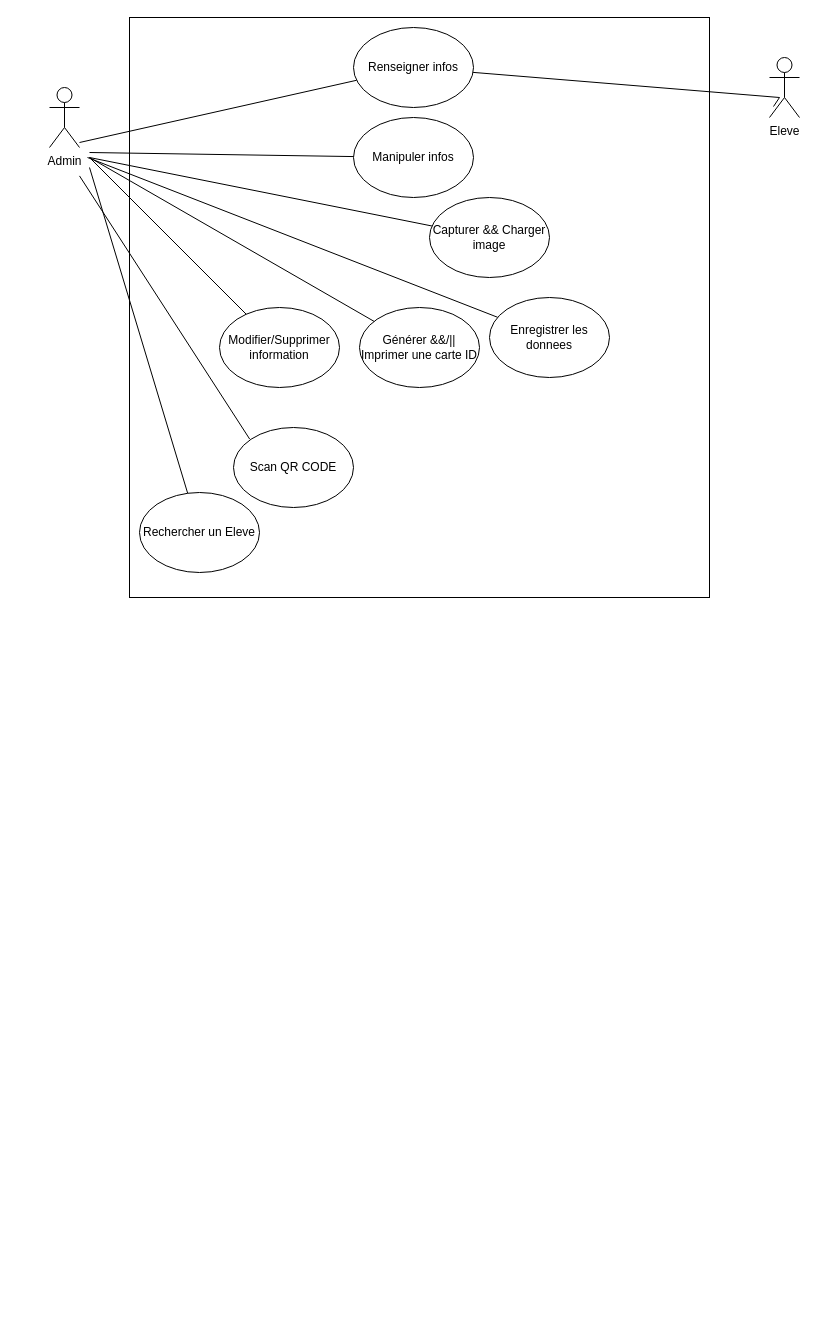
Earlier version of the draw.io diagram Diagramme sans nom.drawio (djibzo/gitgit). Source tidied: cells renumbered, new cells numbered last; positions are measured from the earlier drawing's top-left corner, leaving out a move shared by most shapes. Both pictures are drawn from the tidied source at 100%, with x=0, y=0 at pixel (49, 17).
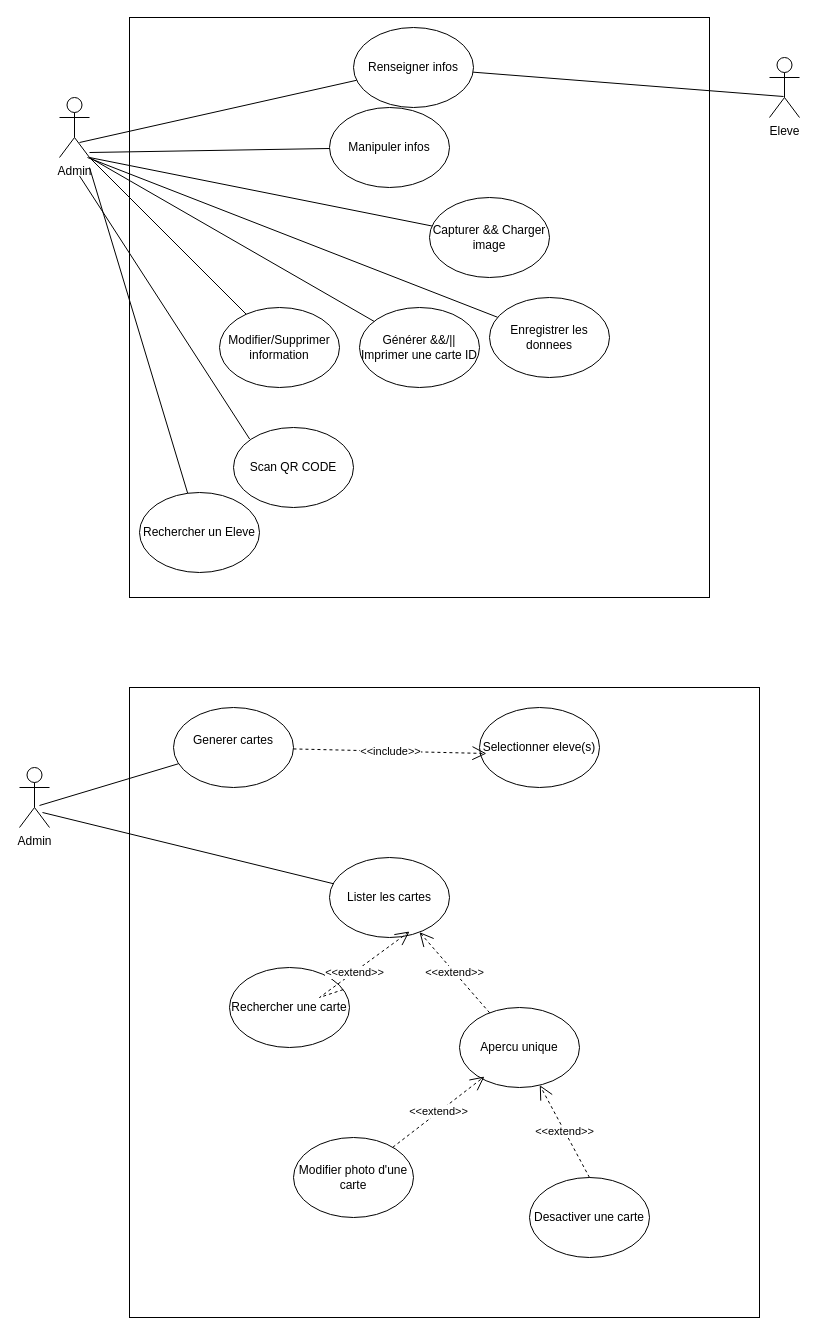
After the change.

Commit message:
Mettre à jour Diagramme sans nom.drawio

Unchanged cells that the change refers to:
```xml
<mxCell id="4" value="Eleve" style="shape=umlActor;verticalLabelPosition=bottom;verticalAlign=top;html=1;" parent="1" vertex="1">
  <mxGeometry x="720" y="40" width="30" height="60" as="geometry" />
</mxCell>
<mxCell id="5" value="Renseigner infos" style="ellipse;whiteSpace=wrap;html=1;" parent="1" vertex="1">
  <mxGeometry x="304" y="10" width="120" height="80" as="geometry" />
</mxCell>
```

What changed in the source:
```diff
@@
     <mxCell id="3" value="Admin" style="shape=umlActor;verticalLabelPosition=bottom;verticalAlign=top;html=1;" parent="1" vertex="1">
-      <mxGeometry y="70" width="30" height="60" as="geometry" />
+      <mxGeometry x="-30" y="750" width="30" height="60" as="geometry" />
     </mxCell>
@@
     <mxCell id="7" value="Manipuler infos" style="ellipse;whiteSpace=wrap;html=1;" parent="1" vertex="1">
-      <mxGeometry x="304" y="100" width="120" height="80" as="geometry" />
+      <mxGeometry x="280" y="90" width="120" height="80" as="geometry" />
     </mxCell>
@@
-    <mxCell id="11" style="endArrow=none;html=1;rounded=0;entryX=0.133;entryY=0.817;entryDx=0;entryDy=0;entryPerimeter=0;" parent="1" edge="1" source="5" target="4">
-      <mxGeometry relative="1" as="geometry">
-        <Array as="points">
-          <mxPoint x="730" y="80" />
-        </Array>
-      </mxGeometry>
+    <mxCell id="11" style="endArrow=none;html=1;rounded=0;entryX=0.467;entryY=0.65;entryDx=0;entryDy=0;entryPerimeter=0;" parent="1" edge="1" source="5" target="4">
+      <mxGeometry relative="1" as="geometry" />
     </mxCell>
@@
+    <mxCell id="22" style="whiteSpace=wrap;html=1;" parent="1" vertex="1">
+      <mxGeometry x="80" y="670" width="630" height="630" as="geometry" />
+    </mxCell>
+    <mxCell id="23" value="Admin" style="shape=umlActor;verticalLabelPosition=bottom;verticalAlign=top;html=1;" parent="1" vertex="1">
+      <mxGeometry x="10" y="80" width="30" height="60" as="geometry" />
+    </mxCell>
+    <mxCell id="24" value="Generer cartes&lt;div&gt;&lt;br&gt;&lt;/div&gt;" style="ellipse;whiteSpace=wrap;html=1;" parent="1" vertex="1">
+      <mxGeometry x="124" y="690" width="120" height="80" as="geometry" />
+    </mxCell>
+    <mxCell id="25" value="&lt;div&gt;Lister les cartes&lt;/div&gt;" style="ellipse;whiteSpace=wrap;html=1;" parent="1" vertex="1">
+      <mxGeometry x="280" y="840" width="120" height="80" as="geometry" />
+    </mxCell>
+    <mxCell id="26" value="&lt;div&gt;Desactiver une carte&lt;/div&gt;" style="ellipse;whiteSpace=wrap;html=1;" parent="1" vertex="1">
+      <mxGeometry x="480" y="1160" width="120" height="80" as="geometry" />
+    </mxCell>
+    <mxCell id="27" value="&lt;div&gt;Rechercher une carte&lt;/div&gt;" style="ellipse;whiteSpace=wrap;html=1;" parent="1" vertex="1">
+      <mxGeometry x="180" y="950" width="120" height="80" as="geometry" />
+    </mxCell>
+    <mxCell id="28" value="&amp;lt;&amp;lt;extend&amp;gt;&amp;gt;" style="endArrow=open;endSize=12;dashed=1;html=1;rounded=0;entryX=0.667;entryY=0.925;entryDx=0;entryDy=0;entryPerimeter=0;" parent="1" edge="1" source="27" target="25">
+      <mxGeometry relative="1" as="geometry">
+        <Array as="points">
+          <mxPoint x="270" y="980" />
+        </Array>
+      </mxGeometry>
+    </mxCell>
+    <mxCell id="29" value="&amp;lt;&amp;lt;extend&amp;gt;&amp;gt;" style="endArrow=open;endSize=12;dashed=1;html=1;rounded=0;exitX=0.5;exitY=0;exitDx=0;exitDy=0;" parent="1" edge="1" source="26" target="32">
+      <mxGeometry relative="1" as="geometry" />
+    </mxCell>
+    <mxCell id="30" value="&lt;div&gt;Selectionner eleve(s)&lt;/div&gt;" style="ellipse;whiteSpace=wrap;html=1;" parent="1" vertex="1">
+      <mxGeometry x="430" y="690" width="120" height="80" as="geometry" />
+    </mxCell>
+    <mxCell id="31" value="&amp;lt;&amp;lt;include&amp;gt;&amp;gt;" style="endArrow=open;endSize=12;dashed=1;html=1;rounded=0;entryX=0.058;entryY=0.575;entryDx=0;entryDy=0;entryPerimeter=0;" parent="1" edge="1" source="24" target="30">
+      <mxGeometry relative="1" as="geometry" />
+    </mxCell>
+    <mxCell id="32" value="&lt;div&gt;Apercu unique&lt;/div&gt;" style="ellipse;whiteSpace=wrap;html=1;" parent="1" vertex="1">
+      <mxGeometry x="410" y="990" width="120" height="80" as="geometry" />
+    </mxCell>
+    <mxCell id="33" value="&amp;lt;&amp;lt;extend&amp;gt;&amp;gt;" style="endArrow=open;endSize=12;dashed=1;html=1;rounded=0;" parent="1" edge="1" source="32" target="25">
+      <mxGeometry relative="1" as="geometry" />
+    </mxCell>
+    <mxCell id="34" value="&lt;div&gt;Modifier photo d'une carte&lt;/div&gt;" style="ellipse;whiteSpace=wrap;html=1;" parent="1" vertex="1">
+      <mxGeometry x="244" y="1120" width="120" height="80" as="geometry" />
+    </mxCell>
+    <mxCell id="35" value="&amp;lt;&amp;lt;extend&amp;gt;&amp;gt;" style="endArrow=open;endSize=12;dashed=1;html=1;rounded=0;entryX=0.208;entryY=0.863;entryDx=0;entryDy=0;entryPerimeter=0;" parent="1" edge="1" source="34" target="32">
+      <mxGeometry relative="1" as="geometry" />
+    </mxCell>
+    <mxCell id="36" style="endArrow=none;html=1;rounded=0;exitX=0.767;exitY=0.75;exitDx=0;exitDy=0;exitPerimeter=0;" parent="1" edge="1" source="3" target="25">
+      <mxGeometry relative="1" as="geometry" />
+    </mxCell>
+    <mxCell id="37" style="endArrow=none;html=1;rounded=0;exitX=0.667;exitY=0.633;exitDx=0;exitDy=0;exitPerimeter=0;" parent="1" edge="1" source="3" target="24">
+      <mxGeometry relative="1" as="geometry" />
+    </mxCell>
```
